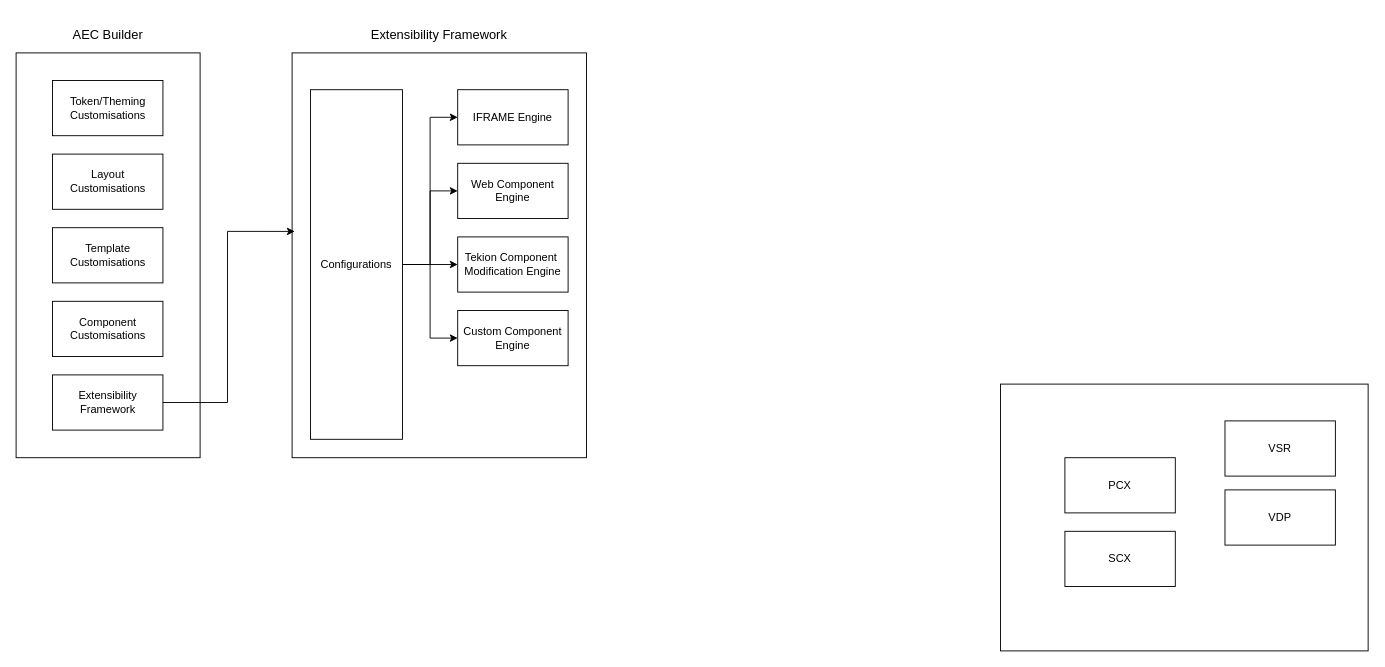
Earlier version of the draw.io diagram extensibility-framework-design.drawio (ssharifdev/draw.io). Source tidied: cells renumbered, new cells numbered last; positions are measured from the earlier drawing's top-left corner, leaving out a move shared by most shapes. Both pictures are drawn from the tidied source at 92%, with x=0, y=0 at pixel (16, 16).
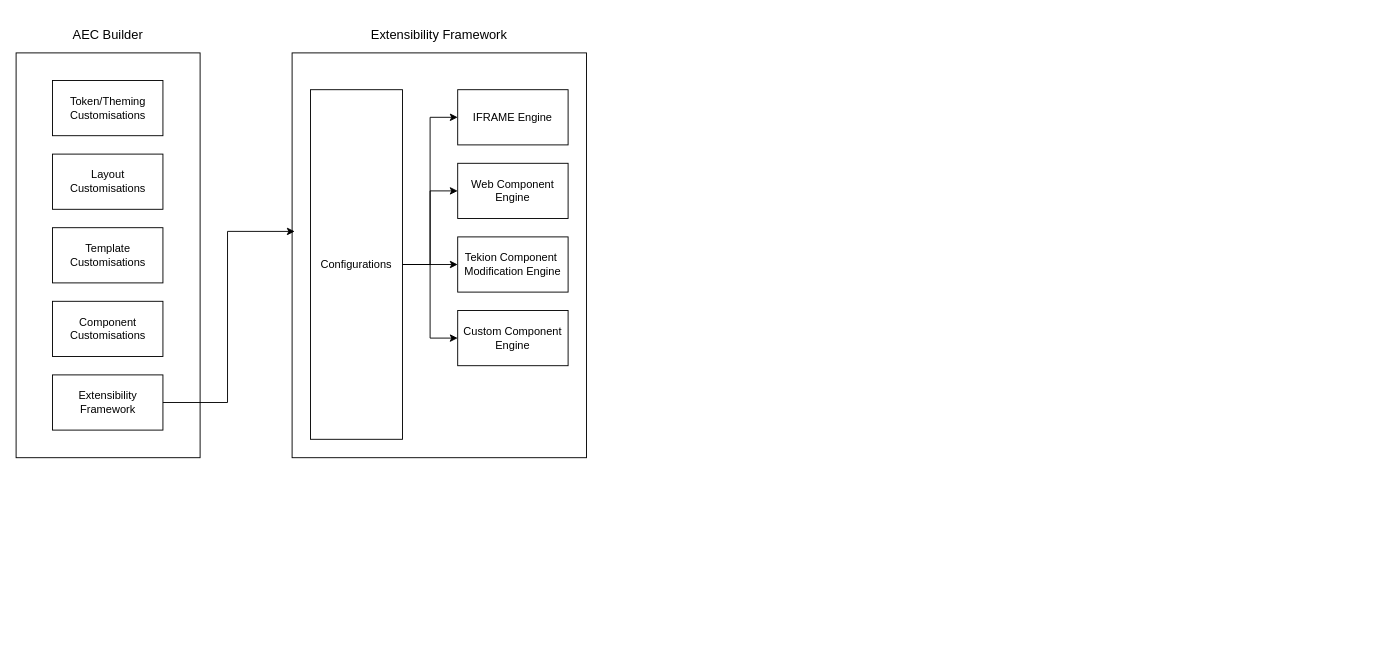
Above is the later version.

Diff of the diagram source:
```diff
@@
-    <mxCell id="2" style="rounded=0;whiteSpace=wrap;html=1;" parent="1" vertex="1">
-      <mxGeometry x="1070" y="400" width="399.6" height="290" as="geometry" />
-    </mxCell>
-    <mxCell id="3" value="VSR" style="rounded=0;whiteSpace=wrap;html=1;" parent="1" vertex="1">
-      <mxGeometry x="1314" y="440" width="120" height="60" as="geometry" />
-    </mxCell>
-    <mxCell id="4" value="VDP" style="rounded=0;whiteSpace=wrap;html=1;" parent="1" vertex="1">
-      <mxGeometry x="1314" y="515" width="120" height="60" as="geometry" />
-    </mxCell>
-    <mxCell id="5" value="SCX" style="rounded=0;whiteSpace=wrap;html=1;" parent="1" vertex="1">
-      <mxGeometry x="1140" y="560" width="120" height="60" as="geometry" />
-    </mxCell>
-    <mxCell id="6" value="PCX" style="rounded=0;whiteSpace=wrap;html=1;" parent="1" vertex="1">
-      <mxGeometry x="1140" y="480" width="120" height="60" as="geometry" />
-    </mxCell>
```
